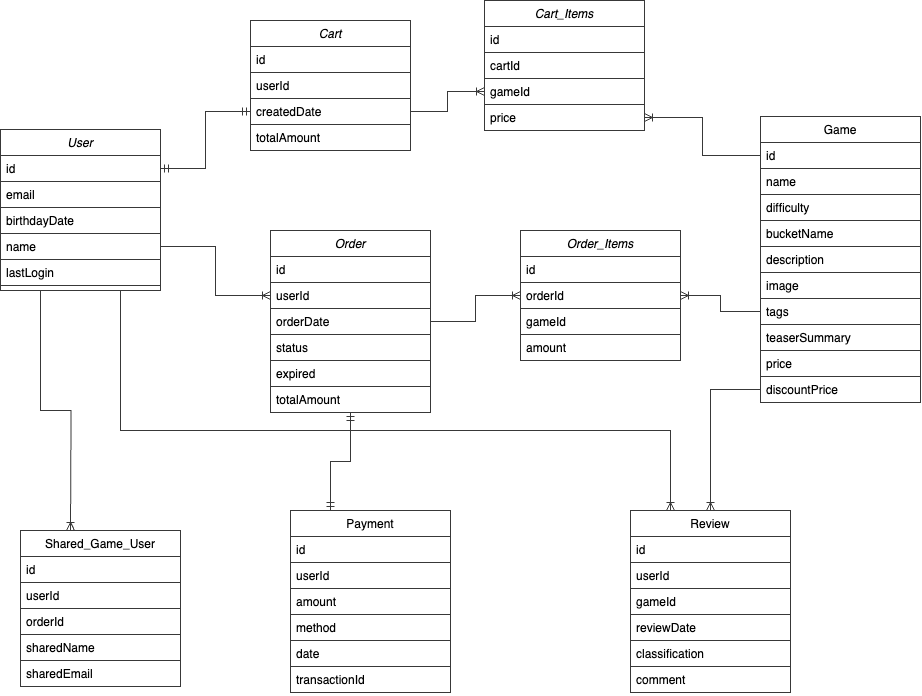
Earlier version of the draw.io export main_db.drawio.png (tomasferreiradesa/desarquivados-platform-db-schema). Source tidied: cells renumbered, new cells last; positions are measured from the earlier drawing's top-left corner, leaving out a move shared by most shapes. The source it was exported from:
```xml
<mxGraphModel>
  <root>
    <mxCell id="0" />
    <mxCell id="1" parent="0" />
    <mxCell id="2" value="Order" style="swimlane;fontStyle=2;align=center;verticalAlign=top;horizontal=1;startSize=26;rounded=0;shadow=0;strokeWidth=1;fillColor=none;strokeColor=#383838;" parent="1" vertex="1">
      <mxGeometry x="270" y="230" width="160" height="182" as="geometry" />
    </mxCell>
    <mxCell id="3" value="id" style="text;align=left;verticalAlign=top;spacingLeft=4;spacingRight=4;overflow=hidden;fillColor=none;strokeColor=#383838;shadow=0;" parent="2" vertex="1">
      <mxGeometry y="26" width="160" height="26" as="geometry" />
    </mxCell>
    <mxCell id="4" value="userId" style="text;align=left;verticalAlign=top;spacingLeft=4;spacingRight=4;overflow=hidden;points=[[0,0.5],[1,0.5]];portConstraint=eastwest;rounded=0;shadow=0;html=0;fillColor=none;strokeColor=#383838;" parent="2" vertex="1">
      <mxGeometry y="52" width="160" height="26" as="geometry" />
    </mxCell>
    <mxCell id="5" value="orderDate" style="text;align=left;verticalAlign=top;spacingLeft=4;spacingRight=4;overflow=hidden;points=[[0,0.5],[1,0.5]];portConstraint=eastwest;rounded=0;shadow=0;html=0;fillColor=none;strokeColor=#383838;" parent="2" vertex="1">
      <mxGeometry y="78" width="160" height="26" as="geometry" />
    </mxCell>
    <mxCell id="6" value="status" style="text;align=left;verticalAlign=top;spacingLeft=4;spacingRight=4;overflow=hidden;rounded=0;shadow=0;html=0;fillColor=none;strokeColor=#383838;" parent="2" vertex="1">
      <mxGeometry y="104" width="160" height="26" as="geometry" />
    </mxCell>
    <mxCell id="7" value="expired" style="text;align=left;verticalAlign=top;spacingLeft=4;spacingRight=4;overflow=hidden;rounded=0;shadow=0;html=0;fillColor=none;strokeColor=#383838;" parent="2" vertex="1">
      <mxGeometry y="130" width="160" height="26" as="geometry" />
    </mxCell>
    <mxCell id="8" value="totalAmount" style="text;align=left;verticalAlign=top;spacingLeft=4;spacingRight=4;overflow=hidden;rounded=0;shadow=0;html=0;fillColor=none;strokeColor=#383838;" parent="2" vertex="1">
      <mxGeometry y="156" width="160" height="26" as="geometry" />
    </mxCell>
    <mxCell id="9" value="Review" style="swimlane;fontStyle=0;align=center;verticalAlign=top;horizontal=1;startSize=26;rounded=0;shadow=0;strokeWidth=1;fillColor=none;strokeColor=#383838;" parent="1" vertex="1">
      <mxGeometry x="630" y="510" width="160" height="182" as="geometry" />
    </mxCell>
    <mxCell id="10" value="id" style="text;align=left;verticalAlign=top;spacingLeft=4;spacingRight=4;overflow=hidden;fillColor=none;strokeColor=#383838;shadow=0;" parent="9" vertex="1">
      <mxGeometry y="26" width="160" height="26" as="geometry" />
    </mxCell>
    <mxCell id="11" value="userId" style="text;align=left;verticalAlign=top;spacingLeft=4;spacingRight=4;overflow=hidden;fillColor=none;strokeColor=#383838;shadow=0;" parent="9" vertex="1">
      <mxGeometry y="52" width="160" height="26" as="geometry" />
    </mxCell>
    <mxCell id="12" value="gameId" style="text;align=left;verticalAlign=top;spacingLeft=4;spacingRight=4;overflow=hidden;fillColor=none;strokeColor=#383838;shadow=0;" parent="9" vertex="1">
      <mxGeometry y="78" width="160" height="26" as="geometry" />
    </mxCell>
    <mxCell id="13" value="reviewDate" style="text;align=left;verticalAlign=top;spacingLeft=4;spacingRight=4;overflow=hidden;fillColor=none;strokeColor=#383838;shadow=0;" parent="9" vertex="1">
      <mxGeometry y="104" width="160" height="26" as="geometry" />
    </mxCell>
    <mxCell id="14" value="classification" style="text;align=left;verticalAlign=top;spacingLeft=4;spacingRight=4;overflow=hidden;fillColor=none;strokeColor=#383838;shadow=0;" parent="9" vertex="1">
      <mxGeometry y="130" width="160" height="26" as="geometry" />
    </mxCell>
    <mxCell id="15" value="comment" style="text;align=left;verticalAlign=top;spacingLeft=4;spacingRight=4;overflow=hidden;fillColor=none;strokeColor=#383838;shadow=0;" parent="9" vertex="1">
      <mxGeometry y="156" width="160" height="26" as="geometry" />
    </mxCell>
    <mxCell id="16" value="Game" style="swimlane;fontStyle=0;align=center;verticalAlign=top;horizontal=1;startSize=26;rounded=0;shadow=0;strokeWidth=1;fillColor=none;strokeColor=#383838;" parent="1" vertex="1">
      <mxGeometry x="760" y="116" width="160" height="286" as="geometry" />
    </mxCell>
    <mxCell id="17" value="id" style="text;align=left;verticalAlign=top;spacingLeft=4;spacingRight=4;overflow=hidden;points=[[0,0.5],[1,0.5]];portConstraint=eastwest;fillColor=none;strokeColor=#383838;shadow=0;" parent="16" vertex="1">
      <mxGeometry y="26" width="160" height="26" as="geometry" />
    </mxCell>
    <mxCell id="18" value="name" style="text;align=left;verticalAlign=top;spacingLeft=4;spacingRight=4;overflow=hidden;rounded=0;shadow=0;html=0;fillColor=none;strokeColor=#383838;" parent="16" vertex="1">
      <mxGeometry y="52" width="160" height="26" as="geometry" />
    </mxCell>
    <mxCell id="19" value="difficulty" style="text;align=left;verticalAlign=top;spacingLeft=4;spacingRight=4;overflow=hidden;rounded=0;shadow=0;html=0;fillColor=none;strokeColor=#383838;" parent="16" vertex="1">
      <mxGeometry y="78" width="160" height="26" as="geometry" />
    </mxCell>
    <mxCell id="20" value="bucketName" style="text;align=left;verticalAlign=top;spacingLeft=4;spacingRight=4;overflow=hidden;rounded=0;shadow=0;html=0;fillColor=none;strokeColor=#383838;" parent="16" vertex="1">
      <mxGeometry y="104" width="160" height="26" as="geometry" />
    </mxCell>
    <mxCell id="21" value="description" style="text;align=left;verticalAlign=top;spacingLeft=4;spacingRight=4;overflow=hidden;rounded=0;shadow=0;html=0;fillColor=none;strokeColor=#383838;" parent="16" vertex="1">
      <mxGeometry y="130" width="160" height="26" as="geometry" />
    </mxCell>
    <mxCell id="22" value="image" style="text;align=left;verticalAlign=top;spacingLeft=4;spacingRight=4;overflow=hidden;rounded=0;shadow=0;html=0;fillColor=none;strokeColor=#383838;" parent="16" vertex="1">
      <mxGeometry y="156" width="160" height="26" as="geometry" />
    </mxCell>
    <mxCell id="23" value="tags" style="text;align=left;verticalAlign=top;spacingLeft=4;spacingRight=4;overflow=hidden;points=[[0,0.5],[1,0.5]];portConstraint=eastwest;rounded=0;shadow=0;html=0;fillColor=none;strokeColor=#383838;" parent="16" vertex="1">
      <mxGeometry y="182" width="160" height="26" as="geometry" />
    </mxCell>
    <mxCell id="24" value="teaserSummary" style="text;align=left;verticalAlign=top;spacingLeft=4;spacingRight=4;overflow=hidden;rounded=0;shadow=0;html=0;fillColor=none;strokeColor=#383838;" parent="16" vertex="1">
      <mxGeometry y="208" width="160" height="26" as="geometry" />
    </mxCell>
    <mxCell id="25" value="price" style="text;align=left;verticalAlign=top;spacingLeft=4;spacingRight=4;overflow=hidden;rounded=0;shadow=0;html=0;fillColor=none;strokeColor=#383838;" parent="16" vertex="1">
      <mxGeometry y="234" width="160" height="26" as="geometry" />
    </mxCell>
    <mxCell id="26" value="discountPrice" style="text;align=left;verticalAlign=top;spacingLeft=4;spacingRight=4;overflow=hidden;points=[[0,0.5],[1,0.5]];portConstraint=eastwest;rounded=0;shadow=0;html=0;fillColor=none;strokeColor=#383838;" parent="16" vertex="1">
      <mxGeometry y="260" width="160" height="26" as="geometry" />
    </mxCell>
    <mxCell id="27" value="Shared_Game_User" style="swimlane;fontStyle=0;align=center;verticalAlign=top;horizontal=1;startSize=26;rounded=0;shadow=0;strokeWidth=1;fillColor=none;strokeColor=#383838;" parent="1" vertex="1">
      <mxGeometry x="20" y="530" width="160" height="156" as="geometry" />
    </mxCell>
    <mxCell id="28" value="id" style="text;align=left;verticalAlign=top;spacingLeft=4;spacingRight=4;overflow=hidden;fillColor=none;strokeColor=#383838;shadow=0;" parent="27" vertex="1">
      <mxGeometry y="26" width="160" height="26" as="geometry" />
    </mxCell>
    <mxCell id="29" value="userId" style="text;align=left;verticalAlign=top;spacingLeft=4;spacingRight=4;overflow=hidden;fillColor=none;strokeColor=#383838;shadow=0;" parent="27" vertex="1">
      <mxGeometry y="52" width="160" height="26" as="geometry" />
    </mxCell>
    <mxCell id="30" value="orderId" style="text;align=left;verticalAlign=top;spacingLeft=4;spacingRight=4;overflow=hidden;fillColor=none;strokeColor=#383838;shadow=0;" parent="27" vertex="1">
      <mxGeometry y="78" width="160" height="26" as="geometry" />
    </mxCell>
    <mxCell id="31" value="sharedName" style="text;align=left;verticalAlign=top;spacingLeft=4;spacingRight=4;overflow=hidden;fillColor=none;strokeColor=#383838;shadow=0;" parent="27" vertex="1">
      <mxGeometry y="104" width="160" height="26" as="geometry" />
    </mxCell>
    <mxCell id="32" value="sharedEmail" style="text;align=left;verticalAlign=top;spacingLeft=4;spacingRight=4;overflow=hidden;fillColor=none;strokeColor=#383838;shadow=0;" parent="27" vertex="1">
      <mxGeometry y="130" width="160" height="26" as="geometry" />
    </mxCell>
    <mxCell id="33" value="User" style="swimlane;fontStyle=2;align=center;verticalAlign=top;horizontal=1;startSize=26;rounded=0;shadow=0;strokeWidth=1;fillColor=none;strokeColor=#383838;" parent="1" vertex="1">
      <mxGeometry y="129" width="160" height="161" as="geometry" />
    </mxCell>
    <mxCell id="34" value="id" style="text;align=left;verticalAlign=top;spacingLeft=4;spacingRight=4;overflow=hidden;points=[[0,0.5],[1,0.5]];portConstraint=eastwest;fillColor=none;strokeColor=#383838;shadow=0;" parent="33" vertex="1">
      <mxGeometry y="26" width="160" height="26" as="geometry" />
    </mxCell>
    <mxCell id="35" value="email" style="text;align=left;verticalAlign=top;spacingLeft=4;spacingRight=4;overflow=hidden;rounded=0;shadow=0;html=0;fillColor=none;strokeColor=#383838;" parent="33" vertex="1">
      <mxGeometry y="52" width="160" height="26" as="geometry" />
    </mxCell>
    <mxCell id="36" value="birthdayDate" style="text;align=left;verticalAlign=top;spacingLeft=4;spacingRight=4;overflow=hidden;rounded=0;shadow=0;html=0;fillColor=none;strokeColor=#383838;" parent="33" vertex="1">
      <mxGeometry y="78" width="160" height="26" as="geometry" />
    </mxCell>
    <mxCell id="37" value="name" style="text;align=left;verticalAlign=top;spacingLeft=4;spacingRight=4;overflow=hidden;points=[[0,0.5],[1,0.5]];portConstraint=eastwest;rounded=0;shadow=0;html=0;fillColor=none;strokeColor=#383838;" parent="33" vertex="1">
      <mxGeometry y="104" width="160" height="26" as="geometry" />
    </mxCell>
    <mxCell id="38" value="lastLogin" style="text;align=left;verticalAlign=top;spacingLeft=4;spacingRight=4;overflow=hidden;rounded=0;shadow=0;html=0;fillColor=none;strokeColor=#383838;" parent="33" vertex="1">
      <mxGeometry y="130" width="160" height="26" as="geometry" />
    </mxCell>
    <mxCell id="39" value="Order_Items" style="swimlane;fontStyle=2;align=center;verticalAlign=top;horizontal=1;startSize=26;rounded=0;shadow=0;strokeWidth=1;fillColor=none;strokeColor=#383838;" parent="1" vertex="1">
      <mxGeometry x="520" y="230" width="160" height="130" as="geometry" />
    </mxCell>
    <mxCell id="40" value="id" style="text;align=left;verticalAlign=top;spacingLeft=4;spacingRight=4;overflow=hidden;fillColor=none;strokeColor=#383838;shadow=0;" parent="39" vertex="1">
      <mxGeometry y="26" width="160" height="26" as="geometry" />
    </mxCell>
    <mxCell id="41" value="orderId" style="text;align=left;verticalAlign=top;spacingLeft=4;spacingRight=4;overflow=hidden;points=[[0,0.5],[1,0.5]];portConstraint=eastwest;rounded=0;shadow=0;html=0;fillColor=none;strokeColor=#383838;" parent="39" vertex="1">
      <mxGeometry y="52" width="160" height="26" as="geometry" />
    </mxCell>
    <mxCell id="42" value="gameId" style="text;align=left;verticalAlign=top;spacingLeft=4;spacingRight=4;overflow=hidden;rounded=0;shadow=0;html=0;fillColor=none;strokeColor=#383838;" parent="39" vertex="1">
      <mxGeometry y="78" width="160" height="26" as="geometry" />
    </mxCell>
    <mxCell id="43" value="amount" style="text;align=left;verticalAlign=top;spacingLeft=4;spacingRight=4;overflow=hidden;rounded=0;shadow=0;html=0;fillColor=none;strokeColor=#383838;" parent="39" vertex="1">
      <mxGeometry y="104" width="160" height="26" as="geometry" />
    </mxCell>
    <mxCell id="44" value="Payment" style="swimlane;fontStyle=0;align=center;verticalAlign=top;horizontal=1;startSize=26;rounded=0;shadow=0;strokeWidth=1;fillColor=none;strokeColor=#383838;" parent="1" vertex="1">
      <mxGeometry x="290" y="510" width="160" height="182" as="geometry" />
    </mxCell>
    <mxCell id="45" value="id" style="text;align=left;verticalAlign=top;spacingLeft=4;spacingRight=4;overflow=hidden;rounded=0;shadow=0;html=0;fillColor=none;strokeColor=#383838;" parent="44" vertex="1">
      <mxGeometry y="26" width="160" height="26" as="geometry" />
    </mxCell>
    <mxCell id="46" value="userId" style="text;align=left;verticalAlign=top;spacingLeft=4;spacingRight=4;overflow=hidden;rounded=0;shadow=0;html=0;fillColor=none;strokeColor=#383838;" parent="44" vertex="1">
      <mxGeometry y="52" width="160" height="26" as="geometry" />
    </mxCell>
    <mxCell id="47" value="amount" style="text;align=left;verticalAlign=top;spacingLeft=4;spacingRight=4;overflow=hidden;rounded=0;shadow=0;html=0;fillColor=none;strokeColor=#383838;" parent="44" vertex="1">
      <mxGeometry y="78" width="160" height="26" as="geometry" />
    </mxCell>
    <mxCell id="48" value="method" style="text;align=left;verticalAlign=top;spacingLeft=4;spacingRight=4;overflow=hidden;rounded=0;shadow=0;html=0;fillColor=none;strokeColor=#383838;" parent="44" vertex="1">
      <mxGeometry y="104" width="160" height="26" as="geometry" />
    </mxCell>
    <mxCell id="49" value="date" style="text;align=left;verticalAlign=top;spacingLeft=4;spacingRight=4;overflow=hidden;rounded=0;shadow=0;html=0;fillColor=none;strokeColor=#383838;" parent="44" vertex="1">
      <mxGeometry y="130" width="160" height="26" as="geometry" />
    </mxCell>
    <mxCell id="50" value="transactionId" style="text;align=left;verticalAlign=top;spacingLeft=4;spacingRight=4;overflow=hidden;rounded=0;shadow=0;html=0;fillColor=none;strokeColor=#383838;" parent="44" vertex="1">
      <mxGeometry y="156" width="160" height="26" as="geometry" />
    </mxCell>
    <mxCell id="51" value="Cart" style="swimlane;fontStyle=2;align=center;verticalAlign=top;horizontal=1;startSize=26;rounded=0;shadow=0;strokeWidth=1;fillColor=none;strokeColor=#383838;" parent="1" vertex="1">
      <mxGeometry x="250" y="20" width="160" height="130" as="geometry" />
    </mxCell>
    <mxCell id="52" value="id" style="text;align=left;verticalAlign=top;spacingLeft=4;spacingRight=4;overflow=hidden;fillColor=none;strokeColor=#383838;shadow=0;" parent="51" vertex="1">
      <mxGeometry y="26" width="160" height="26" as="geometry" />
    </mxCell>
    <mxCell id="53" value="userId" style="text;align=left;verticalAlign=top;spacingLeft=4;spacingRight=4;overflow=hidden;rounded=0;shadow=0;html=0;fillColor=none;strokeColor=#383838;" parent="51" vertex="1">
      <mxGeometry y="52" width="160" height="26" as="geometry" />
    </mxCell>
    <mxCell id="54" value="createdDate" style="text;align=left;verticalAlign=top;spacingLeft=4;spacingRight=4;overflow=hidden;points=[[0,0.5],[1,0.5]];portConstraint=eastwest;rounded=0;shadow=0;html=0;fillColor=none;strokeColor=#383838;" parent="51" vertex="1">
      <mxGeometry y="78" width="160" height="26" as="geometry" />
    </mxCell>
    <mxCell id="55" value="totalAmount" style="text;align=left;verticalAlign=top;spacingLeft=4;spacingRight=4;overflow=hidden;rounded=0;shadow=0;html=0;fillColor=none;strokeColor=#383838;" parent="51" vertex="1">
      <mxGeometry y="104" width="160" height="26" as="geometry" />
    </mxCell>
    <mxCell id="56" value="Cart_Items" style="swimlane;fontStyle=2;align=center;verticalAlign=top;horizontal=1;startSize=26;rounded=0;shadow=0;strokeWidth=1;fillColor=none;strokeColor=#383838;" parent="1" vertex="1">
      <mxGeometry x="484" width="160" height="130" as="geometry" />
    </mxCell>
    <mxCell id="57" value="id" style="text;align=left;verticalAlign=top;spacingLeft=4;spacingRight=4;overflow=hidden;fillColor=none;strokeColor=#383838;shadow=0;" parent="56" vertex="1">
      <mxGeometry y="26" width="160" height="26" as="geometry" />
    </mxCell>
    <mxCell id="58" value="cartId" style="text;align=left;verticalAlign=top;spacingLeft=4;spacingRight=4;overflow=hidden;rounded=0;shadow=0;html=0;fillColor=none;strokeColor=#383838;" parent="56" vertex="1">
      <mxGeometry y="52" width="160" height="26" as="geometry" />
    </mxCell>
    <mxCell id="59" value="gameId" style="text;align=left;verticalAlign=top;spacingLeft=4;spacingRight=4;overflow=hidden;points=[[0,0.5],[1,0.5]];portConstraint=eastwest;rounded=0;shadow=0;html=0;fillColor=none;strokeColor=#383838;" parent="56" vertex="1">
      <mxGeometry y="78" width="160" height="26" as="geometry" />
    </mxCell>
    <mxCell id="60" value="price" style="text;align=left;verticalAlign=top;spacingLeft=4;spacingRight=4;overflow=hidden;points=[[0,0.5],[1,0.5]];portConstraint=eastwest;rounded=0;shadow=0;html=0;fillColor=none;strokeColor=#383838;" parent="56" vertex="1">
      <mxGeometry y="104" width="160" height="26" as="geometry" />
    </mxCell>
    <mxCell id="61" style="edgeStyle=orthogonalEdgeStyle;fontSize=12;html=1;endArrow=ERmandOne;startArrow=ERmandOne;rounded=0;exitX=1;exitY=0.5;exitDx=0;exitDy=0;entryX=0;entryY=0.5;entryDx=0;entryDy=0;fillColor=none;strokeColor=#383838;shadow=0;" parent="1" edge="1" source="34" target="54">
      <mxGeometry relative="1" as="geometry" />
    </mxCell>
    <mxCell id="62" style="edgeStyle=orthogonalEdgeStyle;fontSize=12;html=1;endArrow=ERoneToMany;rounded=0;exitX=1;exitY=0.5;exitDx=0;exitDy=0;entryX=0;entryY=0.5;entryDx=0;entryDy=0;fillColor=none;strokeColor=#383838;shadow=0;" parent="1" edge="1" source="54" target="59">
      <mxGeometry relative="1" as="geometry" />
    </mxCell>
    <mxCell id="63" style="edgeStyle=orthogonalEdgeStyle;fontSize=12;html=1;endArrow=ERoneToMany;rounded=0;exitX=1;exitY=0.5;exitDx=0;exitDy=0;entryX=0;entryY=0.5;entryDx=0;entryDy=0;fillColor=none;strokeColor=#383838;shadow=0;" parent="1" edge="1" source="37" target="4">
      <mxGeometry relative="1" as="geometry" />
    </mxCell>
    <mxCell id="64" style="edgeStyle=orthogonalEdgeStyle;fontSize=12;html=1;endArrow=ERoneToMany;rounded=0;exitX=1;exitY=0.5;exitDx=0;exitDy=0;entryX=0;entryY=0.5;entryDx=0;entryDy=0;fillColor=none;strokeColor=#383838;shadow=0;" parent="1" edge="1" source="5" target="41">
      <mxGeometry relative="1" as="geometry" />
    </mxCell>
    <mxCell id="65" style="edgeStyle=orthogonalEdgeStyle;fontSize=12;html=1;endArrow=ERmandOne;startArrow=ERmandOne;rounded=0;exitX=0.25;exitY=0;exitDx=0;exitDy=0;entryX=0.5;entryY=1;entryDx=0;entryDy=0;fillColor=none;strokeColor=#383838;shadow=0;" parent="1" edge="1" source="44" target="2">
      <mxGeometry relative="1" as="geometry" />
    </mxCell>
    <mxCell id="66" style="edgeStyle=orthogonalEdgeStyle;fontSize=12;html=1;endArrow=ERoneToMany;rounded=0;entryX=0.5;entryY=0;entryDx=0;entryDy=0;exitX=0.25;exitY=1;exitDx=0;exitDy=0;fillColor=none;strokeColor=#383838;shadow=0;" parent="1" edge="1" source="33">
      <mxGeometry relative="1" as="geometry">
        <mxPoint x="70" y="530" as="targetPoint" />
      </mxGeometry>
    </mxCell>
    <mxCell id="67" style="edgeStyle=orthogonalEdgeStyle;fontSize=12;html=1;endArrow=ERoneToMany;rounded=0;entryX=0.25;entryY=0;entryDx=0;entryDy=0;exitX=0.75;exitY=1;exitDx=0;exitDy=0;fillColor=none;strokeColor=#383838;shadow=0;" parent="1" edge="1" source="33" target="9">
      <mxGeometry relative="1" as="geometry">
        <Array as="points">
          <mxPoint x="120" y="430" />
          <mxPoint x="670" y="430" />
        </Array>
      </mxGeometry>
    </mxCell>
    <mxCell id="68" style="edgeStyle=orthogonalEdgeStyle;fontSize=12;html=1;endArrow=ERoneToMany;rounded=0;entryX=0.5;entryY=0;entryDx=0;entryDy=0;exitX=0;exitY=0.5;exitDx=0;exitDy=0;fillColor=none;strokeColor=#383838;shadow=0;" parent="1" edge="1" source="26" target="9">
      <mxGeometry relative="1" as="geometry" />
    </mxCell>
    <mxCell id="69" style="edgeStyle=orthogonalEdgeStyle;fontSize=12;html=1;endArrow=ERoneToMany;rounded=0;entryX=1;entryY=0.5;entryDx=0;entryDy=0;exitX=0;exitY=0.5;exitDx=0;exitDy=0;fillColor=none;strokeColor=#383838;shadow=0;" parent="1" edge="1" source="17" target="60">
      <mxGeometry relative="1" as="geometry" />
    </mxCell>
    <mxCell id="70" style="edgeStyle=orthogonalEdgeStyle;fontSize=12;html=1;endArrow=ERoneToMany;rounded=0;entryX=1;entryY=0.5;entryDx=0;entryDy=0;exitX=0;exitY=0.5;exitDx=0;exitDy=0;fillColor=none;strokeColor=#383838;shadow=0;" parent="1" edge="1" source="23" target="41">
      <mxGeometry relative="1" as="geometry" />
    </mxCell>
  </root>
</mxGraphModel>
```
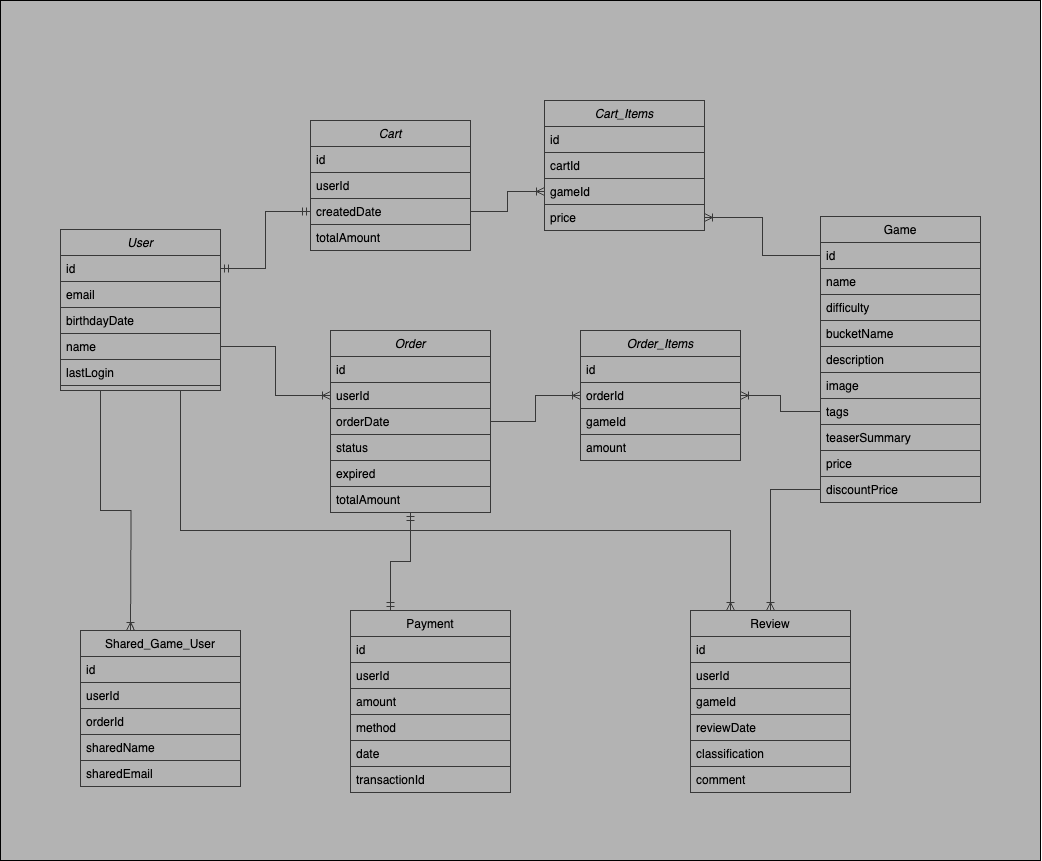
Later version of the same file.

Change to the diagram source:
```diff
@@ -2,6 +2,9 @@
   <root>
     <mxCell id="0" />
     <mxCell id="1" parent="0" />
+    <mxCell id="71" style="rounded=0;whiteSpace=wrap;html=1;fillColor=#B3B3B3;" parent="1" vertex="1">
+      <mxGeometry x="-60" y="-100" width="1040" height="860" as="geometry" />
+    </mxCell>
     <mxCell id="2" value="Order" style="swimlane;fontStyle=2;align=center;verticalAlign=top;horizontal=1;startSize=26;rounded=0;shadow=0;strokeWidth=1;fillColor=none;strokeColor=#383838;" parent="1" vertex="1">
       <mxGeometry x="270" y="230" width="160" height="182" as="geometry" />
     </mxCell>
```
